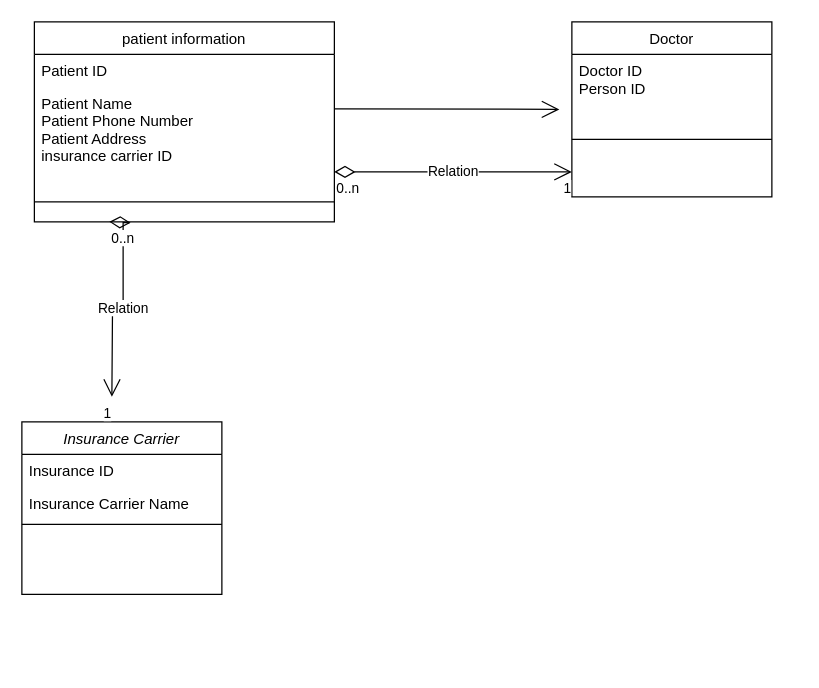
yanling/mycleaninglist keeps this draw.io diagram as Untitled Diagram.drawio. Above is the earlier version. Source tidied: cells renumbered, new cells numbered last; positions are measured from the earlier drawing's top-left corner, leaving out a move shared by most shapes. Both pictures are drawn from the tidied source at 125%, with x=0, y=0 at pixel (21, 21).
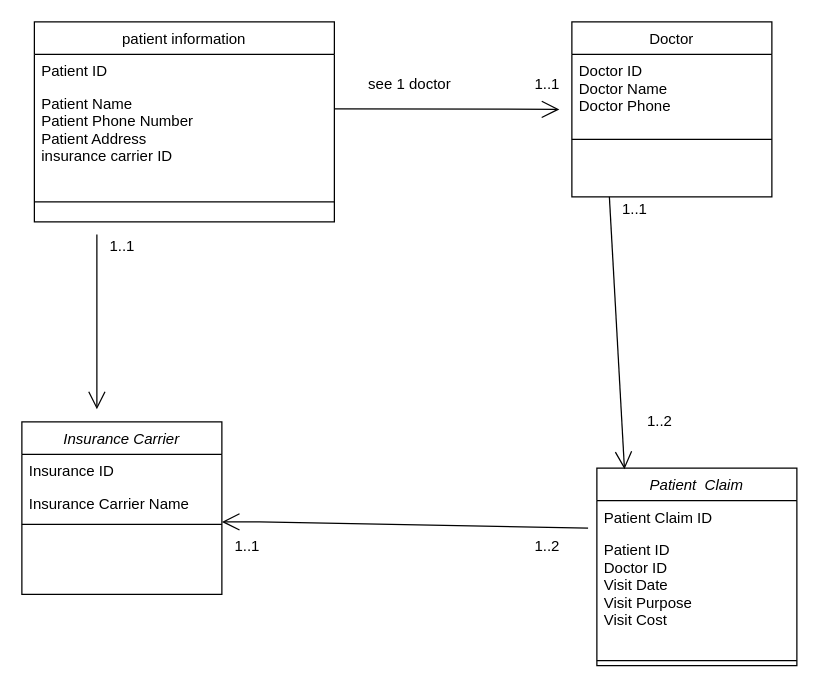
The same diagram, later.

Unchanged cells that the change refers to:
```xml
<mxCell id="10" value="Doctor" style="swimlane;fontStyle=0;align=center;verticalAlign=top;horizontal=1;startSize=26;rounded=0;shadow=0;strokeWidth=1;" parent="1" vertex="1">
  <mxGeometry x="440" width="160" height="140" as="geometry" />
</mxCell>
```

Diff of the diagram source:
```diff
@@
-    <mxCell id="11" value="Doctor ID&#10;Person ID" style="text;align=left;verticalAlign=top;spacingLeft=4;spacingRight=4;overflow=hidden;" parent="10" vertex="1">
+    <mxCell id="11" value="Doctor ID&#10;Doctor Name&#10;Doctor Phone" style="text;align=left;verticalAlign=top;spacingLeft=4;spacingRight=4;overflow=hidden;" parent="10" vertex="1">
       <mxGeometry y="26" width="160" height="64" as="geometry" />
     </mxCell>
@@
-    <mxCell id="13" value="Relation" style="endArrow=open;html=1;endSize=12;startArrow=diamondThin;startSize=14;startFill=0;edgeStyle=orthogonalEdgeStyle;rounded=0;" parent="1" edge="1">
-      <mxGeometry relative="1" as="geometry">
-        <mxPoint x="70" y="160" as="sourcePoint" />
-        <mxPoint x="72" y="300" as="targetPoint" />
-      </mxGeometry>
-    </mxCell>
-    <mxCell id="14" value="0..n" style="edgeLabel;html=1;align=left;verticalAlign=top;" parent="13" vertex="1">
-      <mxGeometry x="-1" relative="1" as="geometry" />
-    </mxCell>
-    <mxCell id="15" value="1" style="edgeLabel;html=1;align=right;verticalAlign=top;" parent="13" vertex="1">
-      <mxGeometry x="1" relative="1" as="geometry" />
-    </mxCell>
@@
-    <mxCell id="17" value="Relation" style="endArrow=open;html=1;endSize=12;startArrow=diamondThin;startSize=14;startFill=0;edgeStyle=orthogonalEdgeStyle;rounded=0;" parent="1" edge="1">
-      <mxGeometry relative="1" as="geometry">
-        <mxPoint x="250" y="120" as="sourcePoint" />
-        <mxPoint x="440" y="120" as="targetPoint" />
-      </mxGeometry>
-    </mxCell>
-    <mxCell id="18" value="0..n" style="edgeLabel;html=1;align=left;verticalAlign=top;" parent="17" vertex="1">
-      <mxGeometry x="-1" relative="1" as="geometry" />
-    </mxCell>
-    <mxCell id="19" value="1" style="edgeLabel;html=1;align=right;verticalAlign=top;" parent="17" vertex="1">
-      <mxGeometry x="1" relative="1" as="geometry" />
-    </mxCell>
+    <mxCell id="20" value="1..1" style="text;html=1;align=center;verticalAlign=middle;strokeColor=none;fillColor=none;" parent="1" vertex="1">
+      <mxGeometry x="400" y="40" width="40" height="20" as="geometry" />
+    </mxCell>
+    <mxCell id="21" value="Patient  Claim" style="swimlane;fontStyle=2;align=center;verticalAlign=top;horizontal=1;startSize=26;rounded=0;shadow=0;strokeWidth=1;" parent="1" vertex="1">
+      <mxGeometry x="460" y="357" width="160" height="158" as="geometry" />
+    </mxCell>
+    <mxCell id="22" value="Patient Claim ID" style="text;align=left;verticalAlign=top;spacingLeft=4;spacingRight=4;overflow=hidden;" parent="21" vertex="1">
+      <mxGeometry y="26" width="160" height="26" as="geometry" />
+    </mxCell>
+    <mxCell id="23" value="Patient ID&#10;Doctor ID&#10;Visit Date&#10;Visit Purpose&#10;Visit Cost&#10;&#10;" style="text;align=left;verticalAlign=top;spacingLeft=4;spacingRight=4;overflow=hidden;points=[[0,0.5],[1,0.5]];portConstraint=eastwest;rounded=0;shadow=0;html=0;" parent="21" vertex="1">
+      <mxGeometry y="52" width="160" height="98" as="geometry" />
+    </mxCell>
+    <mxCell id="24" style="line;html=1;strokeWidth=1;align=left;verticalAlign=middle;spacingTop=-1;spacingLeft=3;spacingRight=3;labelPosition=right;" parent="21" vertex="1">
+      <mxGeometry y="150" width="160" height="8" as="geometry" />
+    </mxCell>
+    <mxCell id="25" style="endArrow=open;endFill=1;endSize=12;html=1;rounded=0;entryX=0.138;entryY=0.006;entryDx=0;entryDy=0;entryPerimeter=0;" parent="1" edge="1" target="21">
+      <mxGeometry relative="1" as="geometry">
+        <mxPoint x="470" y="140" as="sourcePoint" />
+      </mxGeometry>
+    </mxCell>
+    <mxCell id="26" style="endArrow=open;endFill=1;endSize=12;html=1;rounded=0;exitX=-0.044;exitY=-0.041;exitDx=0;exitDy=0;exitPerimeter=0;" parent="1" edge="1" source="23">
+      <mxGeometry relative="1" as="geometry">
+        <mxPoint x="160" y="400" as="targetPoint" />
+        <Array as="points">
+          <mxPoint x="190" y="400" />
+        </Array>
+      </mxGeometry>
+    </mxCell>
+    <mxCell id="27" value="see 1 doctor" style="text;html=1;align=center;verticalAlign=middle;strokeColor=none;fillColor=none;" parent="1" vertex="1">
+      <mxGeometry x="270" y="40" width="80" height="20" as="geometry" />
+    </mxCell>
+    <mxCell id="28" value="1..2" style="text;html=1;align=center;verticalAlign=middle;strokeColor=none;fillColor=none;" parent="1" vertex="1">
+      <mxGeometry x="490" y="310" width="40" height="20" as="geometry" />
+    </mxCell>
+    <mxCell id="29" value="1..2" style="text;html=1;align=center;verticalAlign=middle;strokeColor=none;fillColor=none;" parent="1" vertex="1">
+      <mxGeometry x="400" y="410" width="40" height="20" as="geometry" />
+    </mxCell>
+    <mxCell id="30" value="1..1" style="text;html=1;align=center;verticalAlign=middle;strokeColor=none;fillColor=none;" parent="1" vertex="1">
+      <mxGeometry x="160" y="410" width="40" height="20" as="geometry" />
+    </mxCell>
+    <mxCell id="31" value="1..1" style="text;html=1;align=center;verticalAlign=middle;strokeColor=none;fillColor=none;" parent="1" vertex="1">
+      <mxGeometry x="470" y="140" width="40" height="20" as="geometry" />
+    </mxCell>
+    <mxCell id="32" style="endArrow=open;endFill=1;endSize=12;html=1;rounded=0;" parent="1" edge="1">
+      <mxGeometry relative="1" as="geometry">
+        <mxPoint x="60" y="170" as="sourcePoint" />
+        <mxPoint x="60" y="310" as="targetPoint" />
+      </mxGeometry>
+    </mxCell>
+    <mxCell id="33" value="1..1" style="text;html=1;align=center;verticalAlign=middle;strokeColor=none;fillColor=none;" parent="1" vertex="1">
+      <mxGeometry x="60" y="170" width="40" height="20" as="geometry" />
+    </mxCell>
```
